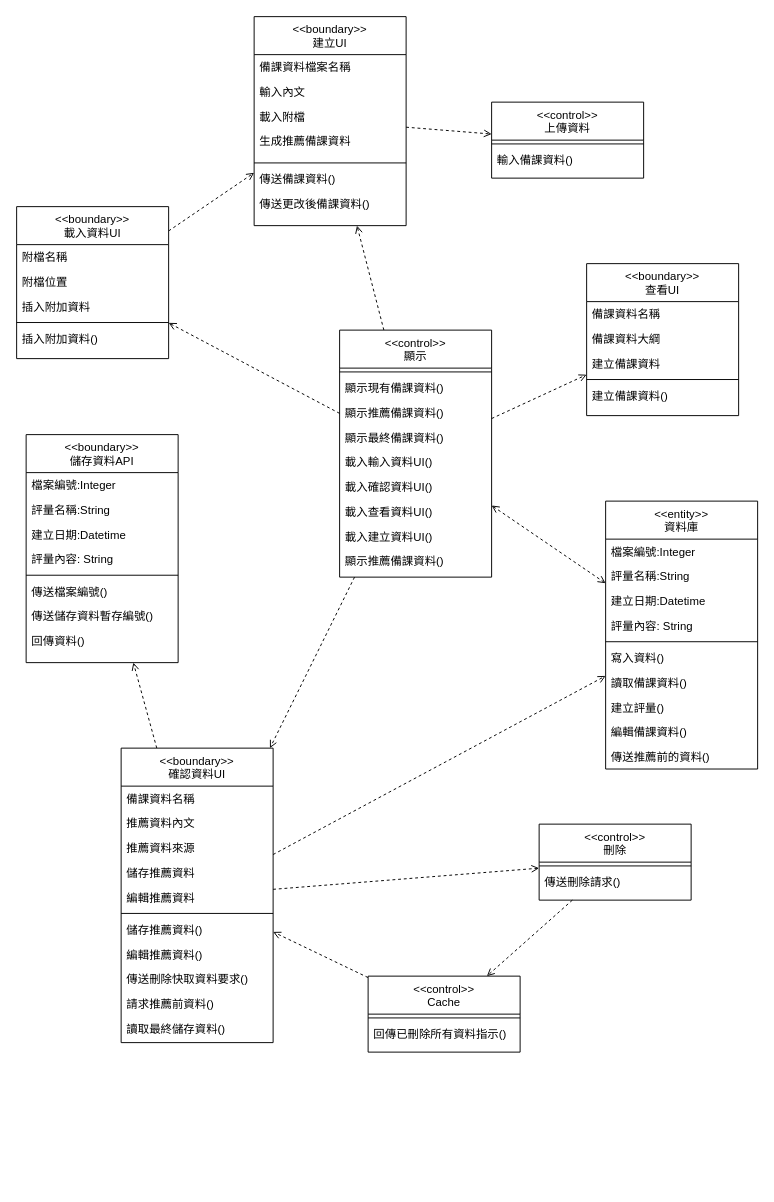
Kevincheng0804/System-analysis keeps this draw.io diagram as 類別圖(建立備課資料)修改.drawio. Above is the earlier version. Source tidied: cells renumbered, new cells numbered last; positions are measured from the earlier drawing's top-left corner, leaving out a move shared by most shapes. Both pictures are drawn from the tidied source at 95%, with x=0, y=0 at pixel (16, 16).
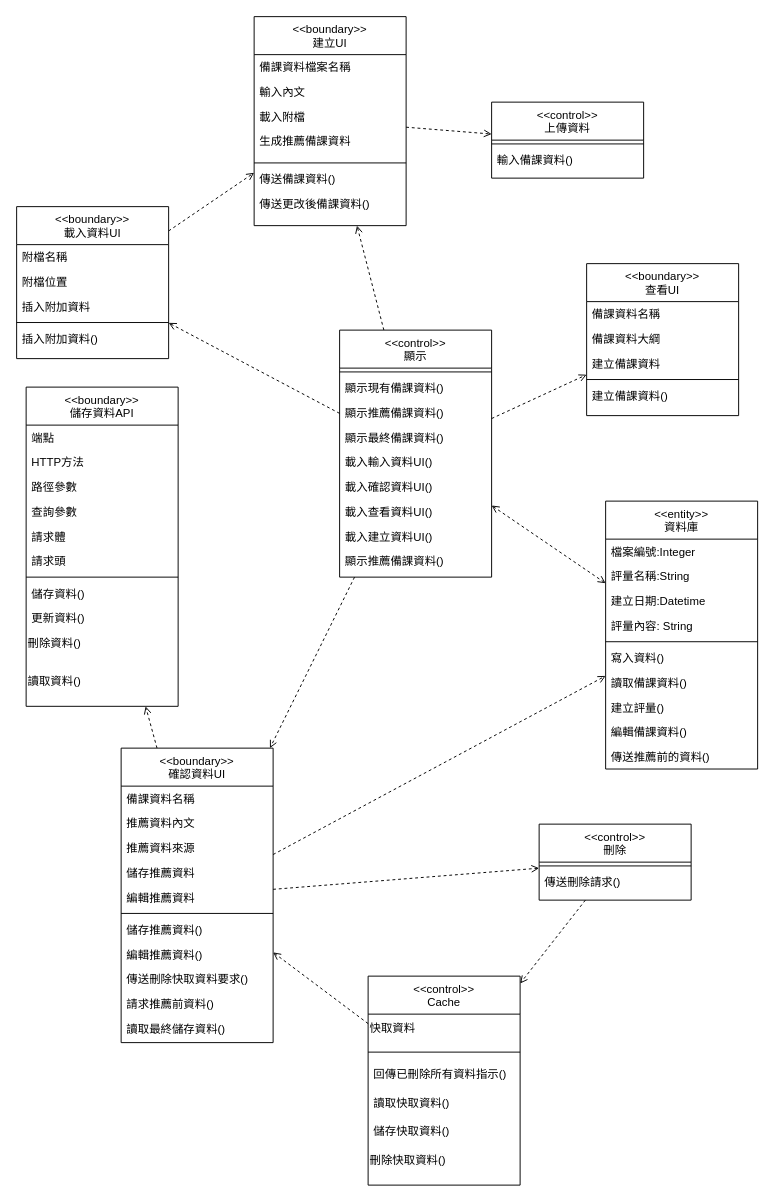
The same diagram, later.

Commit message:
更新類別圖(建立備課資料)修改.drawio

The edit, as a diff of the source:
```diff
@@
     <mxCell id="39" value="&lt;&lt;boundary&gt;&gt;&#10;儲存資料API" style="swimlane;fontStyle=0;align=center;verticalAlign=top;horizontal=1;startSize=40;rounded=0;shadow=0;strokeWidth=1;" parent="1" vertex="1">
-      <mxGeometry x="10" y="440" width="160" height="240" as="geometry" />
+      <mxGeometry x="10" y="390" width="160" height="336" as="geometry" />
     </mxCell>
-    <mxCell id="40" value="檔案編號:Integer" style="text;align=left;verticalAlign=top;spacingLeft=4;spacingRight=4;overflow=hidden;rounded=0;shadow=0;html=0;" parent="39" vertex="1">
+    <mxCell id="40" value="端點" style="text;align=left;verticalAlign=top;spacingLeft=4;spacingRight=4;overflow=hidden;rounded=0;shadow=0;html=0;" parent="39" vertex="1">
       <mxGeometry y="40" width="160" height="26" as="geometry" />
     </mxCell>
-    <mxCell id="41" value="評量名稱:String" style="text;align=left;verticalAlign=top;spacingLeft=4;spacingRight=4;overflow=hidden;" parent="39" vertex="1">
+    <mxCell id="41" value="HTTP方法" style="text;align=left;verticalAlign=top;spacingLeft=4;spacingRight=4;overflow=hidden;" parent="39" vertex="1">
       <mxGeometry y="66" width="160" height="26" as="geometry" />
     </mxCell>
-    <mxCell id="42" value="建立日期:Datetime" style="text;align=left;verticalAlign=top;spacingLeft=4;spacingRight=4;overflow=hidden;rounded=0;shadow=0;html=0;" parent="39" vertex="1">
+    <mxCell id="42" value="路徑參數" style="text;align=left;verticalAlign=top;spacingLeft=4;spacingRight=4;overflow=hidden;rounded=0;shadow=0;html=0;" parent="39" vertex="1">
       <mxGeometry y="92" width="160" height="26" as="geometry" />
     </mxCell>
-    <mxCell id="43" value="評量內容: String" style="text;align=left;verticalAlign=top;spacingLeft=4;spacingRight=4;overflow=hidden;rounded=0;shadow=0;html=0;" parent="39" vertex="1">
+    <mxCell id="43" value="查詢參數" style="text;align=left;verticalAlign=top;spacingLeft=4;spacingRight=4;overflow=hidden;rounded=0;shadow=0;html=0;" parent="39" vertex="1">
       <mxGeometry y="118" width="160" height="26" as="geometry" />
     </mxCell>
+    <mxCell id="85" value="請求體" style="text;align=left;verticalAlign=top;spacingLeft=4;spacingRight=4;overflow=hidden;rounded=0;shadow=0;html=0;" parent="39" vertex="1">
+      <mxGeometry y="144" width="160" height="26" as="geometry" />
+    </mxCell>
+    <mxCell id="46" value="請求頭" style="text;align=left;verticalAlign=top;spacingLeft=4;spacingRight=4;overflow=hidden;" parent="39" vertex="1">
+      <mxGeometry y="170" width="160" height="26" as="geometry" />
+    </mxCell>
     <mxCell id="44" style="line;html=1;strokeWidth=1;align=left;verticalAlign=middle;spacingTop=-1;spacingLeft=3;spacingRight=3;labelPosition=right;" parent="39" vertex="1">
-      <mxGeometry y="144" width="160" height="8" as="geometry" />
+      <mxGeometry y="196" width="160" height="8" as="geometry" />
     </mxCell>
-    <mxCell id="45" value="傳送檔案編號()" style="text;align=left;verticalAlign=top;spacingLeft=4;spacingRight=4;overflow=hidden;" parent="39" vertex="1">
-      <mxGeometry y="152" width="160" height="26" as="geometry" />
-    </mxCell>
-    <mxCell id="46" value="傳送儲存資料暫存編號()" style="text;align=left;verticalAlign=top;spacingLeft=4;spacingRight=4;overflow=hidden;" parent="39" vertex="1">
-      <mxGeometry y="178" width="160" height="26" as="geometry" />
-    </mxCell>
-    <mxCell id="47" value="回傳資料()" style="text;align=left;verticalAlign=top;spacingLeft=4;spacingRight=4;overflow=hidden;" parent="39" vertex="1">
+    <mxCell id="47" value="儲存資料()" style="text;align=left;verticalAlign=top;spacingLeft=4;spacingRight=4;overflow=hidden;" parent="39" vertex="1">
       <mxGeometry y="204" width="160" height="26" as="geometry" />
     </mxCell>
+    <mxCell id="86" value="更新資料()" style="text;align=left;verticalAlign=top;spacingLeft=4;spacingRight=4;overflow=hidden;" parent="39" vertex="1">
+      <mxGeometry y="230" width="160" height="26" as="geometry" />
+    </mxCell>
+    <mxCell id="87" value="刪除資料()" style="text;whiteSpace=wrap;" parent="39" vertex="1">
+      <mxGeometry y="256" width="160" height="40" as="geometry" />
+    </mxCell>
+    <mxCell id="88" value="讀取資料()" style="text;whiteSpace=wrap;" parent="39" vertex="1">
+      <mxGeometry y="296" width="160" height="40" as="geometry" />
+    </mxCell>
@@
     <mxCell id="71" value="&lt;&lt;control&gt;&gt;&#10;Cache" style="swimlane;fontStyle=0;align=center;verticalAlign=top;horizontal=1;startSize=40;rounded=0;shadow=0;strokeWidth=1;" parent="1" vertex="1">
-      <mxGeometry x="370" y="1010" width="160" height="80" as="geometry" />
+      <mxGeometry x="370" y="1010" width="160" height="220" as="geometry" />
     </mxCell>
+    <mxCell id="89" value="快取資料" style="text;html=1;align=left;verticalAlign=middle;strokeColor=none;fillColor=none;" parent="71" vertex="1">
+      <mxGeometry y="40" width="160" height="30" as="geometry" />
+    </mxCell>
     <mxCell id="72" style="line;html=1;strokeWidth=1;align=left;verticalAlign=middle;spacingTop=-1;spacingLeft=3;spacingRight=3;labelPosition=right;" parent="71" vertex="1">
-      <mxGeometry y="40" width="160" height="8" as="geometry" />
+      <mxGeometry y="70" width="160" height="20" as="geometry" />
     </mxCell>
-    <mxCell id="73" value="回傳已刪除所有資料指示()" style="text;align=left;verticalAlign=top;spacingLeft=4;spacingRight=4;overflow=hidden;" parent="71" vertex="1">
-      <mxGeometry y="48" width="160" height="26" as="geometry" />
+    <mxCell id="73" value="回傳已刪除所有資料指示()&#10;&#10;" style="text;align=left;verticalAlign=top;spacingLeft=4;spacingRight=4;overflow=hidden;" parent="71" vertex="1">
+      <mxGeometry y="90" width="160" height="30" as="geometry" />
     </mxCell>
+    <mxCell id="90" value="讀取快取資料()" style="text;align=left;verticalAlign=top;spacingLeft=4;spacingRight=4;overflow=hidden;" parent="71" vertex="1">
+      <mxGeometry y="120" width="160" height="30" as="geometry" />
+    </mxCell>
+    <mxCell id="91" value="儲存快取資料()" style="text;align=left;verticalAlign=top;spacingLeft=4;spacingRight=4;overflow=hidden;" parent="71" vertex="1">
+      <mxGeometry y="150" width="160" height="30" as="geometry" />
+    </mxCell>
+    <mxCell id="92" value="&lt;span style=&quot;color: rgb(0, 0, 0); font-family: Helvetica; font-size: 12px; font-style: normal; font-variant-ligatures: normal; font-variant-caps: normal; font-weight: 400; letter-spacing: normal; orphans: 2; text-align: left; text-indent: 0px; text-transform: none; widows: 2; word-spacing: 0px; -webkit-text-stroke-width: 0px; white-space: nowrap; background-color: rgb(251, 251, 251); text-decoration-thickness: initial; text-decoration-style: initial; text-decoration-color: initial; display: inline !important; float: none;&quot;&gt;刪除快取資料()&lt;/span&gt;" style="text;whiteSpace=wrap;html=1;" parent="71" vertex="1">
+      <mxGeometry y="180" width="160" height="40" as="geometry" />
+    </mxCell>
```
